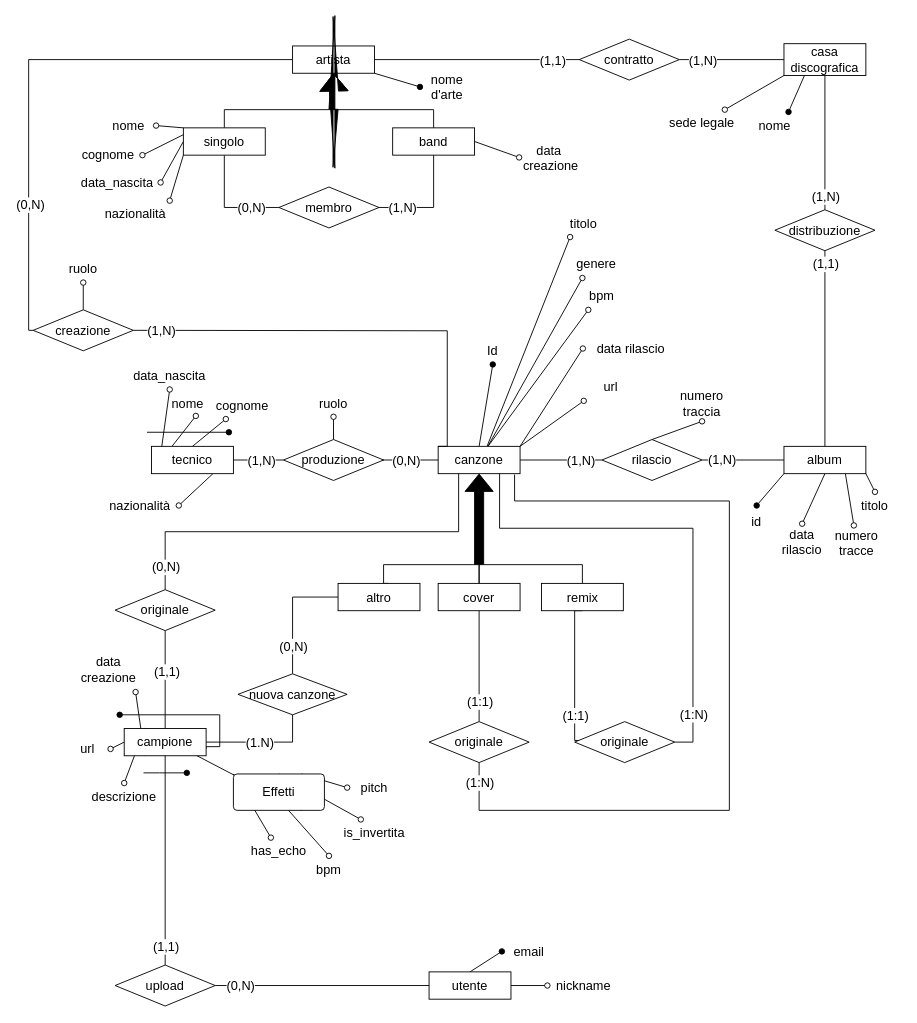
The draw.io diagram diagramma er v2.drawio in Stef4noo/materiale-progetto-basi, before the edit. Source tidied: cells renumbered, new cells numbered last; positions are measured from the earlier drawing's top-left corner, leaving out a move shared by most shapes. Both pictures are drawn from the tidied source at 91%, with x=0, y=0 at pixel (28, 38).
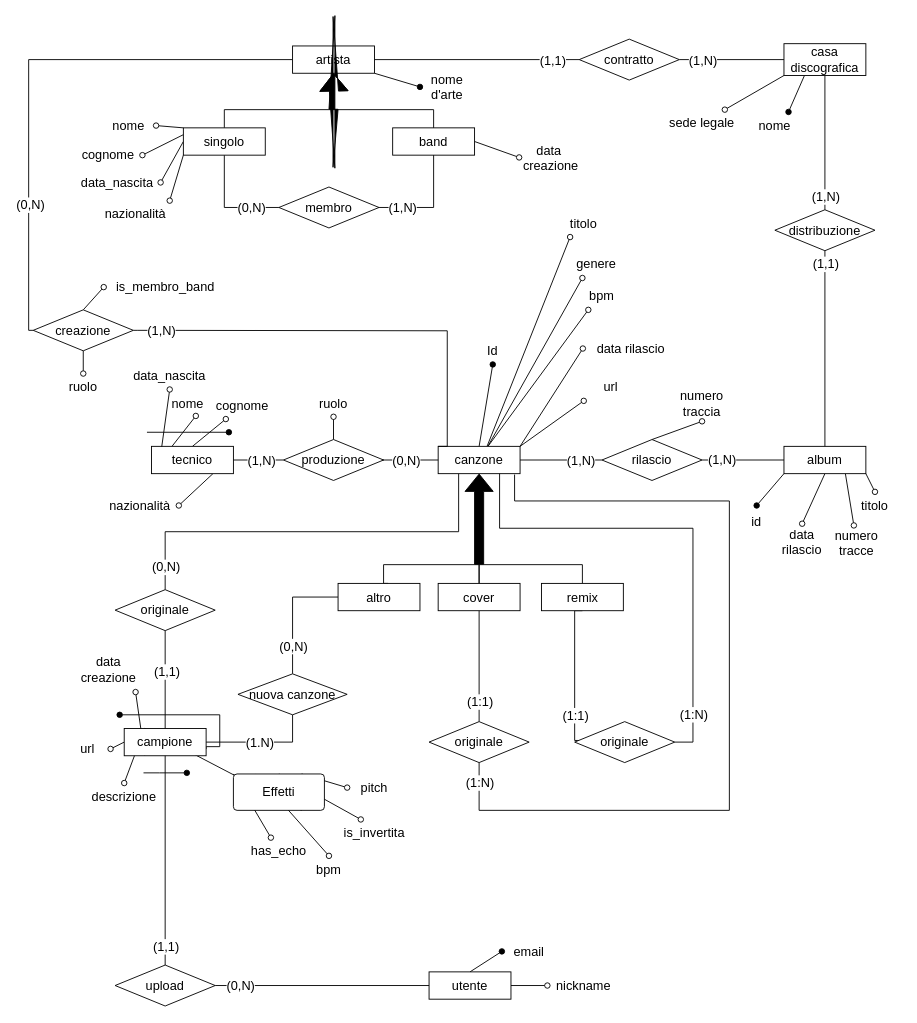
The same diagram, later.

Unchanged cells that the change refers to:
```xml
<mxCell id="64" value="creazione" style="shape=rhombus;perimeter=rhombusPerimeter;whiteSpace=wrap;html=1;align=center;labelBackgroundColor=none;fontSize=14;" parent="1" vertex="1">
  <mxGeometry x="5" y="298" width="110" height="45" as="geometry" />
</mxCell>
```

Diff of the diagram source:
```diff
@@
-    <mxCell id="63" style="rounded=0;jettySize=auto;html=1;exitX=0.5;exitY=0;exitDx=0;exitDy=0;endArrow=oval;endFill=0;fontSize=14;" parent="1" edge="1" source="64" target="114">
+    <mxCell id="63" style="rounded=0;jettySize=auto;html=1;exitX=0.5;exitY=1;exitDx=0;exitDy=0;endArrow=oval;endFill=0;fontSize=14;" parent="1" edge="1" source="64" target="114">
       <mxGeometry relative="1" as="geometry" />
     </mxCell>
+    <mxCell id="148" style="rounded=0;jettySize=auto;html=1;exitX=0.5;exitY=0;exitDx=0;exitDy=0;entryX=0;entryY=0.5;entryDx=0;entryDy=0;endArrow=oval;endFill=0;" parent="1" edge="1" source="64" target="149">
+      <mxGeometry relative="1" as="geometry" />
+    </mxCell>
@@
     <mxCell id="114" value="ruolo" style="text;html=1;whiteSpace=wrap;strokeColor=none;fillColor=none;align=center;verticalAlign=middle;rounded=0;fontSize=14;" parent="1" vertex="1">
-      <mxGeometry x="30" y="238" width="60" height="30" as="geometry" />
+      <mxGeometry x="30" y="368" width="60" height="30" as="geometry" />
     </mxCell>
@@
+    <mxCell id="149" value="is_membro_band" style="text;html=1;whiteSpace=wrap;strokeColor=none;fillColor=none;align=center;verticalAlign=middle;rounded=0;fontSize=14;" parent="1" vertex="1">
+      <mxGeometry x="82.5" y="258" width="135" height="30" as="geometry" />
+    </mxCell>
```
